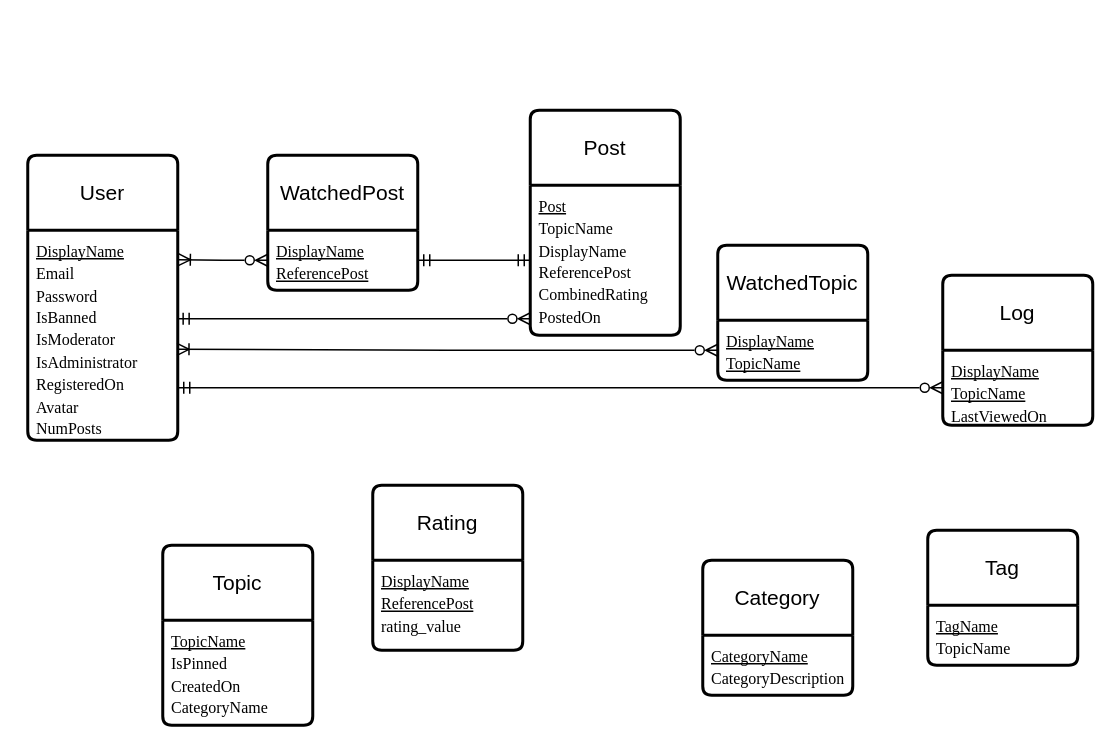
Before: CSC 370/A6ERD.drawio in amirabdullahi1/gold, a draw.io diagram. Source tidied: cells renumbered, new cells numbered last; positions are measured from the earlier drawing's top-left corner, leaving out a move shared by most shapes. Both pictures are drawn from the tidied source at 150%, with x=0, y=0 at pixel (27, 110).
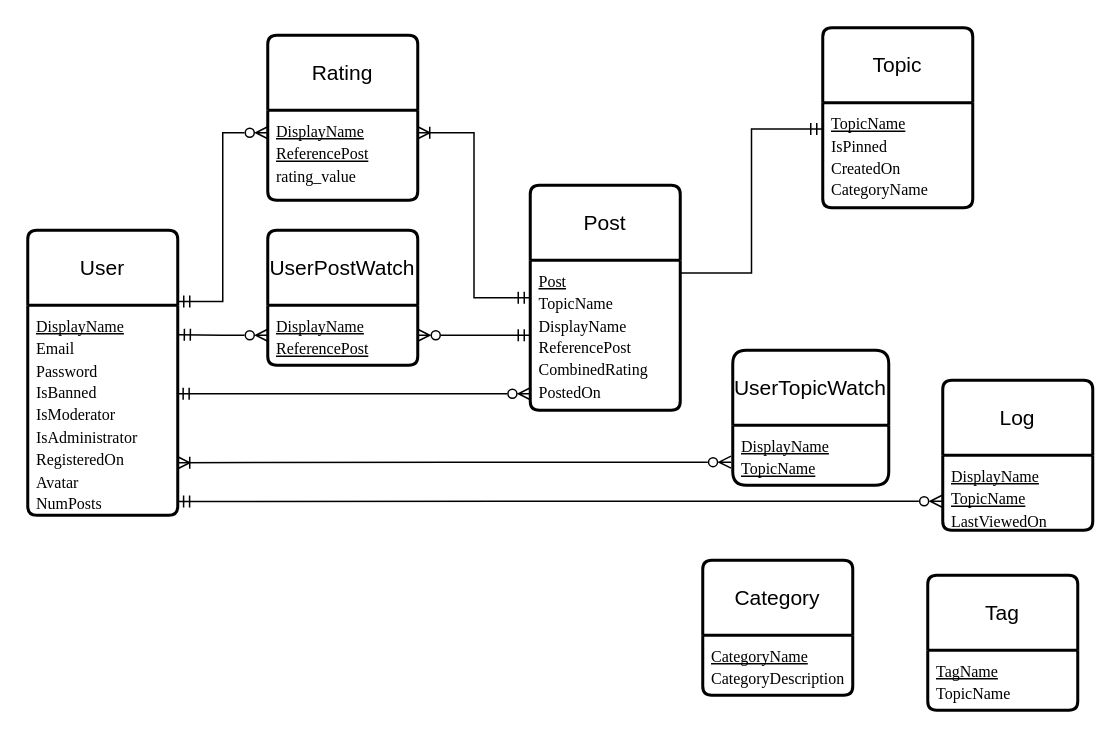
The same page after the edit.

Unchanged cells that the change refers to:
```xml
<mxCell id="3" value="&lt;span id=&quot;docs-internal-guid-10de90ec-7fff-5b04-633d-04b0c5c9cee9&quot;&gt;&lt;span style=&quot;font-size: 8pt; font-family: &amp;quot;Times New Roman&amp;quot;, serif; background-color: transparent; font-variant-numeric: normal; font-variant-east-asian: normal; font-variant-alternates: normal; font-variant-position: normal; text-decoration-line: underline; text-decoration-skip-ink: none; vertical-align: baseline; white-space: pre-wrap;&quot;&gt;DisplayName&lt;/span&gt;&lt;/span&gt;&lt;div&gt;&lt;span&gt;&lt;span style=&quot;font-size: 8pt; font-family: &amp;quot;Times New Roman&amp;quot;, serif; background-color: transparent; font-variant-numeric: normal; font-variant-east-asian: normal; font-variant-alternates: normal; font-variant-position: normal; vertical-align: baseline; white-space: pre-wrap;&quot;&gt;Email&lt;/span&gt;&lt;/span&gt;&lt;/div&gt;&lt;div&gt;&lt;span&gt;&lt;span style=&quot;font-size: 8pt; font-family: &amp;quot;Times New Roman&amp;quot;, serif; background-color: transparent; font-variant-numeric: normal; font-variant-east-asian: normal; font-variant-alternates: normal; font-variant-position: normal; vertical-align: baseline; white-space: pre-wrap;&quot;&gt;Password&lt;/span&gt;&lt;/span&gt;&lt;/div&gt;&lt;div&gt;&lt;span&gt;&lt;span style=&quot;font-size: 8pt; font-family: &amp;quot;Times New Roman&amp;quot;, serif; background-color: transparent; font-variant-numeric: normal; font-variant-east-asian: normal; font-variant-alternates: normal; font-variant-position: normal; vertical-align: baseline; white-space: pre-wrap;&quot;&gt;IsBanned&lt;/span&gt;&lt;/span&gt;&lt;/div&gt;&lt;div&gt;&lt;span&gt;&lt;span style=&quot;font-size: 8pt; font-family: &amp;quot;Times New Roman&amp;quot;, serif; background-color: transparent; font-variant-numeric: normal; font-variant-east-asian: normal; font-variant-alternates: normal; font-variant-position: normal; vertical-align: baseline; white-space: pre-wrap;&quot;&gt;IsModerator&lt;/span&gt;&lt;/span&gt;&lt;/div&gt;&lt;div&gt;&lt;span&gt;&lt;span style=&quot;font-size: 8pt; font-family: &amp;quot;Times New Roman&amp;quot;, serif; background-color: transparent; font-variant-numeric: normal; font-variant-east-asian: normal; font-variant-alternates: normal; font-variant-position: normal; vertical-align: baseline; white-space: pre-wrap;&quot;&gt;IsAdministrator&lt;/span&gt;&lt;/span&gt;&lt;/div&gt;&lt;div&gt;&lt;span&gt;&lt;span style=&quot;font-size: 8pt; font-family: &amp;quot;Times New Roman&amp;quot;, serif; background-color: transparent; font-variant-numeric: normal; font-variant-east-asian: normal; font-variant-alternates: normal; font-variant-position: normal; vertical-align: baseline; white-space: pre-wrap;&quot;&gt;RegisteredOn&lt;/span&gt;&lt;/span&gt;&lt;/div&gt;&lt;div&gt;&lt;span&gt;&lt;span style=&quot;font-size: 8pt; font-family: &amp;quot;Times New Roman&amp;quot;, serif; background-color: transparent; font-variant-numeric: normal; font-variant-east-asian: normal; font-variant-alternates: normal; font-variant-position: normal; vertical-align: baseline; white-space: pre-wrap;&quot;&gt;Avatar&lt;/span&gt;&lt;/span&gt;&lt;/div&gt;&lt;div&gt;&lt;span&gt;&lt;span style=&quot;font-size: 8pt; font-family: &amp;quot;Times New Roman&amp;quot;, serif; background-color: transparent; font-variant-numeric: normal; font-variant-east-asian: normal; font-variant-alternates: normal; font-variant-position: normal; vertical-align: baseline; white-space: pre-wrap;&quot;&gt;NumPosts&lt;/span&gt;&lt;/span&gt;&lt;/div&gt;" style="align=left;strokeColor=none;fillColor=none;spacingLeft=4;fontSize=12;verticalAlign=top;html=1;" parent="2" vertex="1">
  <mxGeometry y="50" width="100" height="140" as="geometry" />
</mxCell>
<mxCell id="5" value="&lt;span id=&quot;docs-internal-guid-335b155d-7fff-7523-f10d-542a459f4298&quot;&gt;&lt;span style=&quot;font-size: 8pt; font-family: &amp;quot;Times New Roman&amp;quot;, serif; background-color: transparent; font-variant-numeric: normal; font-variant-east-asian: normal; font-variant-alternates: normal; font-variant-position: normal; text-decoration-line: underline; text-decoration-skip-ink: none; vertical-align: baseline; white-space: pre-wrap;&quot;&gt;TopicName&lt;/span&gt;&lt;span style=&quot;font-size: 8pt; font-family: &amp;quot;Times New Roman&amp;quot;, serif; background-color: transparent; font-variant-numeric: normal; font-variant-east-asian: normal; font-variant-alternates: normal; font-variant-position: normal; vertical-align: baseline; white-space: pre-wrap;&quot;&gt; &lt;/span&gt;&lt;/span&gt;&lt;div&gt;&lt;span&gt;&lt;span style=&quot;font-size: 8pt; font-family: &amp;quot;Times New Roman&amp;quot;, serif; background-color: transparent; font-variant-numeric: normal; font-variant-east-asian: normal; font-variant-alternates: normal; font-variant-position: normal; vertical-align: baseline; white-space: pre-wrap;&quot;&gt;IsPinned&lt;/span&gt;&lt;/span&gt;&lt;/div&gt;&lt;div&gt;&lt;span&gt;&lt;span style=&quot;font-size: 8pt; font-family: &amp;quot;Times New Roman&amp;quot;, serif; background-color: transparent; font-variant-numeric: normal; font-variant-east-asian: normal; font-variant-alternates: normal; font-variant-position: normal; vertical-align: baseline; white-space: pre-wrap;&quot;&gt;CreatedOn&lt;/span&gt;&lt;/span&gt;&lt;/div&gt;&lt;div&gt;&lt;span&gt;&lt;span style=&quot;font-size: 8pt; font-family: &amp;quot;Times New Roman&amp;quot;, serif; background-color: transparent; font-variant-numeric: normal; font-variant-east-asian: normal; font-variant-alternates: normal; font-variant-position: normal; vertical-align: baseline; white-space: pre-wrap;&quot;&gt;CategoryName&lt;/span&gt;&lt;/span&gt;&lt;/div&gt;" style="align=left;strokeColor=none;fillColor=none;spacingLeft=4;fontSize=12;verticalAlign=top;html=1;" parent="4" vertex="1">
  <mxGeometry y="50" width="100" height="70" as="geometry" />
</mxCell>
<mxCell id="9" value="&lt;span id=&quot;docs-internal-guid-04a7103e-7fff-6b36-e854-a5276be4d943&quot;&gt;&lt;span style=&quot;font-size: 8pt; font-family: &amp;quot;Times New Roman&amp;quot;, serif; background-color: transparent; font-variant-numeric: normal; font-variant-east-asian: normal; font-variant-alternates: normal; font-variant-position: normal; text-decoration-line: underline; text-decoration-skip-ink: none; vertical-align: baseline; white-space: pre-wrap;&quot;&gt;Post&lt;/span&gt;&lt;/span&gt;&lt;div&gt;&lt;span&gt;&lt;span style=&quot;font-size: 8pt; font-family: &amp;quot;Times New Roman&amp;quot;, serif; background-color: transparent; font-variant-numeric: normal; font-variant-east-asian: normal; font-variant-alternates: normal; font-variant-position: normal; vertical-align: baseline; white-space: pre-wrap;&quot;&gt;TopicName&lt;/span&gt;&lt;/span&gt;&lt;/div&gt;&lt;div&gt;&lt;span&gt;&lt;span style=&quot;font-size: 8pt; font-family: &amp;quot;Times New Roman&amp;quot;, serif; background-color: transparent; font-variant-numeric: normal; font-variant-east-asian: normal; font-variant-alternates: normal; font-variant-position: normal; vertical-align: baseline; white-space: pre-wrap;&quot;&gt;DisplayName&lt;/span&gt;&lt;/span&gt;&lt;/div&gt;&lt;div&gt;&lt;span&gt;&lt;span style=&quot;font-size: 8pt; font-family: &amp;quot;Times New Roman&amp;quot;, serif; background-color: transparent; font-variant-numeric: normal; font-variant-east-asian: normal; font-variant-alternates: normal; font-variant-position: normal; vertical-align: baseline; white-space: pre-wrap;&quot;&gt;ReferencePost&lt;/span&gt;&lt;/span&gt;&lt;/div&gt;&lt;div&gt;&lt;span&gt;&lt;span style=&quot;font-size: 8pt; font-family: &amp;quot;Times New Roman&amp;quot;, serif; background-color: transparent; font-variant-numeric: normal; font-variant-east-asian: normal; font-variant-alternates: normal; font-variant-position: normal; vertical-align: baseline; white-space: pre-wrap;&quot;&gt;CombinedRating&lt;/span&gt;&lt;/span&gt;&lt;/div&gt;&lt;div&gt;&lt;span&gt;&lt;span style=&quot;font-size: 8pt; font-family: &amp;quot;Times New Roman&amp;quot;, serif; background-color: transparent; font-variant-numeric: normal; font-variant-east-asian: normal; font-variant-alternates: normal; font-variant-position: normal; vertical-align: baseline; white-space: pre-wrap;&quot;&gt;PostedOn&lt;/span&gt;&lt;/span&gt;&lt;/div&gt;" style="align=left;strokeColor=none;fillColor=none;spacingLeft=4;fontSize=12;verticalAlign=top;html=1;" parent="8" vertex="1">
  <mxGeometry y="50" width="100" height="100" as="geometry" />
</mxCell>
<mxCell id="13" value="&lt;span id=&quot;docs-internal-guid-7e6a2e6d-7fff-f1e0-f9a3-e141fd04a210&quot;&gt;&lt;span style=&quot;font-size: 8pt; font-family: &amp;quot;Times New Roman&amp;quot;, serif; background-color: transparent; font-variant-numeric: normal; font-variant-east-asian: normal; font-variant-alternates: normal; font-variant-position: normal; text-decoration-line: underline; text-decoration-skip-ink: none; vertical-align: baseline; white-space: pre-wrap;&quot;&gt;DisplayName&lt;/span&gt;&lt;/span&gt;&lt;div&gt;&lt;span&gt;&lt;span style=&quot;font-size: 8pt; font-family: &amp;quot;Times New Roman&amp;quot;, serif; background-color: transparent; font-variant-numeric: normal; font-variant-east-asian: normal; font-variant-alternates: normal; font-variant-position: normal; text-decoration-line: underline; text-decoration-skip-ink: none; vertical-align: baseline; white-space: pre-wrap;&quot;&gt;ReferencePost&lt;/span&gt;&lt;/span&gt;&lt;/div&gt;&lt;div&gt;&lt;span&gt;&lt;span style=&quot;font-size: 8pt; font-family: &amp;quot;Times New Roman&amp;quot;, serif; background-color: transparent; font-variant-numeric: normal; font-variant-east-asian: normal; font-variant-alternates: normal; font-variant-position: normal; vertical-align: baseline; white-space: pre-wrap;&quot;&gt;rating_value&lt;/span&gt;&lt;/span&gt;&lt;/div&gt;" style="align=left;strokeColor=none;fillColor=none;spacingLeft=4;fontSize=12;verticalAlign=top;html=1;" parent="12" vertex="1">
  <mxGeometry y="50" width="100" height="60" as="geometry" />
</mxCell>
<mxCell id="15" value="&lt;span id=&quot;docs-internal-guid-7e6a2e6d-7fff-f1e0-f9a3-e141fd04a210&quot;&gt;&lt;span style=&quot;font-size: 8pt; font-family: &amp;quot;Times New Roman&amp;quot;, serif; background-color: transparent; font-variant-numeric: normal; font-variant-east-asian: normal; font-variant-alternates: normal; font-variant-position: normal; text-decoration-line: underline; text-decoration-skip-ink: none; vertical-align: baseline; white-space: pre-wrap;&quot;&gt;DisplayName&lt;/span&gt;&lt;/span&gt;&lt;div&gt;&lt;span&gt;&lt;span style=&quot;font-size: 8pt; font-family: &amp;quot;Times New Roman&amp;quot;, serif; background-color: transparent; font-variant-numeric: normal; font-variant-east-asian: normal; font-variant-alternates: normal; font-variant-position: normal; text-decoration-line: underline; text-decoration-skip-ink: none; vertical-align: baseline; white-space: pre-wrap;&quot;&gt;ReferencePost&lt;/span&gt;&lt;/span&gt;&lt;/div&gt;" style="align=left;strokeColor=none;fillColor=none;spacingLeft=4;fontSize=12;verticalAlign=top;html=1;" parent="14" vertex="1">
  <mxGeometry y="50" width="100" height="40" as="geometry" />
</mxCell>
<mxCell id="19" value="&lt;span id=&quot;docs-internal-guid-7e6a2e6d-7fff-f1e0-f9a3-e141fd04a210&quot;&gt;&lt;span style=&quot;font-size: 8pt; font-family: &amp;quot;Times New Roman&amp;quot;, serif; background-color: transparent; font-variant-numeric: normal; font-variant-east-asian: normal; font-variant-alternates: normal; font-variant-position: normal; text-decoration-line: underline; text-decoration-skip-ink: none; vertical-align: baseline; white-space: pre-wrap;&quot;&gt;DisplayName&lt;/span&gt;&lt;/span&gt;&lt;div&gt;&lt;span&gt;&lt;span style=&quot;font-size: 8pt; font-family: &amp;quot;Times New Roman&amp;quot;, serif; background-color: transparent; font-variant-numeric: normal; font-variant-east-asian: normal; font-variant-alternates: normal; font-variant-position: normal; text-decoration-line: underline; text-decoration-skip-ink: none; vertical-align: baseline; white-space: pre-wrap;&quot;&gt;TopicName&lt;/span&gt;&lt;/span&gt;&lt;/div&gt;&lt;div&gt;&lt;span id=&quot;docs-internal-guid-515d5652-7fff-1f03-a5a3-082d1abbf988&quot;&gt;&lt;span style=&quot;font-size: 8pt; font-family: &amp;quot;Times New Roman&amp;quot;, serif; background-color: transparent; font-variant-numeric: normal; font-variant-east-asian: normal; font-variant-alternates: normal; font-variant-position: normal; vertical-align: baseline; white-space: pre-wrap;&quot;&gt;LastViewedOn&lt;/span&gt;&lt;/span&gt;&lt;span&gt;&lt;span style=&quot;font-size: 8pt; font-family: &amp;quot;Times New Roman&amp;quot;, serif; background-color: transparent; font-variant-numeric: normal; font-variant-east-asian: normal; font-variant-alternates: normal; font-variant-position: normal; text-decoration-line: underline; text-decoration-skip-ink: none; vertical-align: baseline; white-space: pre-wrap;&quot;&gt;&lt;/span&gt;&lt;/span&gt;&lt;/div&gt;" style="align=left;strokeColor=none;fillColor=none;spacingLeft=4;fontSize=12;verticalAlign=top;html=1;" parent="18" vertex="1">
  <mxGeometry y="50" width="100" height="50" as="geometry" />
</mxCell>
```

Change to the diagram source:
```diff
@@
     <mxCell id="2" value="User" style="swimlane;horizontal=1;startSize=50;rounded=1;fontSize=14;fontStyle=0;strokeWidth=2;shadow=0;dashed=0;align=center;arcSize=4;whiteSpace=wrap;html=1;" parent="1" vertex="1">
-      <mxGeometry y="30" width="100" height="190" as="geometry" />
+      <mxGeometry y="80" width="100" height="190" as="geometry" />
     </mxCell>
@@
     <mxCell id="4" value="Topic" style="swimlane;horizontal=1;startSize=50;rounded=1;fontSize=14;fontStyle=0;strokeWidth=2;shadow=0;dashed=0;align=center;arcSize=4;whiteSpace=wrap;html=1;" parent="1" vertex="1">
-      <mxGeometry x="90" y="290" width="100" height="120" as="geometry" />
+      <mxGeometry x="530" y="-55" width="100" height="120" as="geometry" />
     </mxCell>
@@
     <mxCell id="8" value="Post" style="swimlane;horizontal=1;startSize=50;rounded=1;fontSize=14;fontStyle=0;strokeWidth=2;shadow=0;dashed=0;align=center;arcSize=4;whiteSpace=wrap;html=1;" parent="1" vertex="1">
-      <mxGeometry x="335" width="100" height="150" as="geometry" />
+      <mxGeometry x="335" y="50" width="100" height="150" as="geometry" />
     </mxCell>
@@
     <mxCell id="10" value="Tag" style="swimlane;horizontal=1;startSize=50;rounded=1;fontSize=14;fontStyle=0;strokeWidth=2;shadow=0;dashed=0;align=center;arcSize=4;whiteSpace=wrap;html=1;" parent="1" vertex="1">
-      <mxGeometry x="600" y="280" width="100" height="90" as="geometry" />
+      <mxGeometry x="600" y="310" width="100" height="90" as="geometry" />
     </mxCell>
@@
+    <mxCell id="25" style="edgeStyle=orthogonalEdgeStyle;rounded=0;jettySize=auto;html=1;entryX=1;entryY=0.25;entryDx=0;entryDy=0;startArrow=ERzeroToMany;startFill=0;endArrow=ERmandOne;endFill=0;exitX=0;exitY=0.25;exitDx=0;exitDy=0;" parent="1" edge="1" source="13" target="2">
+      <mxGeometry relative="1" as="geometry" />
+    </mxCell>
     <mxCell id="12" value="Rating" style="swimlane;horizontal=1;startSize=50;rounded=1;fontSize=14;fontStyle=0;strokeWidth=2;shadow=0;dashed=0;align=center;arcSize=4;whiteSpace=wrap;html=1;" parent="1" vertex="1">
-      <mxGeometry x="230" y="250" width="100" height="110" as="geometry" />
+      <mxGeometry x="160" y="-50" width="100" height="110" as="geometry" />
     </mxCell>
@@
-    <mxCell id="14" value="WatchedPost" style="swimlane;horizontal=1;startSize=50;rounded=1;fontSize=14;fontStyle=0;strokeWidth=2;shadow=0;dashed=0;align=center;arcSize=4;whiteSpace=wrap;html=1;" parent="1" vertex="1">
-      <mxGeometry x="160" y="30" width="100" height="90" as="geometry" />
+    <mxCell id="14" value="UserPostWatch" style="swimlane;horizontal=1;startSize=50;rounded=1;fontSize=14;fontStyle=0;strokeWidth=2;shadow=0;dashed=0;align=center;arcSize=4;whiteSpace=wrap;html=1;" parent="1" vertex="1">
+      <mxGeometry x="160" y="80" width="100" height="90" as="geometry" />
     </mxCell>
@@
-    <mxCell id="16" value="WatchedTopic" style="swimlane;horizontal=1;startSize=50;rounded=1;fontSize=14;fontStyle=0;strokeWidth=2;shadow=0;dashed=0;align=center;arcSize=4;whiteSpace=wrap;html=1;" parent="1" vertex="1">
-      <mxGeometry x="460" y="90" width="100" height="90" as="geometry" />
+    <mxCell id="16" value="UserTopicWatch" style="swimlane;horizontal=1;startSize=50;rounded=1;fontSize=14;fontStyle=0;strokeWidth=2;shadow=0;dashed=0;align=center;arcSize=6;whiteSpace=wrap;html=1;" parent="1" vertex="1">
+      <mxGeometry x="470" y="160" width="104" height="90" as="geometry" />
     </mxCell>
     <mxCell id="17" value="&lt;span id=&quot;docs-internal-guid-7e6a2e6d-7fff-f1e0-f9a3-e141fd04a210&quot;&gt;&lt;span style=&quot;font-size: 8pt; font-family: &amp;quot;Times New Roman&amp;quot;, serif; background-color: transparent; font-variant-numeric: normal; font-variant-east-asian: normal; font-variant-alternates: normal; font-variant-position: normal; text-decoration-line: underline; text-decoration-skip-ink: none; vertical-align: baseline; white-space: pre-wrap;&quot;&gt;DisplayName&lt;/span&gt;&lt;/span&gt;&lt;div&gt;&lt;span&gt;&lt;span style=&quot;font-size: 8pt; font-family: &amp;quot;Times New Roman&amp;quot;, serif; background-color: transparent; font-variant-numeric: normal; font-variant-east-asian: normal; font-variant-alternates: normal; font-variant-position: normal; text-decoration-line: underline; text-decoration-skip-ink: none; vertical-align: baseline; white-space: pre-wrap;&quot;&gt;TopicName&lt;/span&gt;&lt;/span&gt;&lt;/div&gt;" style="align=left;strokeColor=none;fillColor=none;spacingLeft=4;fontSize=12;verticalAlign=top;html=1;" parent="16" vertex="1">
-      <mxGeometry y="50" width="100" height="40" as="geometry" />
+      <mxGeometry y="50" width="104" height="40" as="geometry" />
     </mxCell>
     <mxCell id="18" value="Log" style="swimlane;horizontal=1;startSize=50;rounded=1;fontSize=14;fontStyle=0;strokeWidth=2;shadow=0;dashed=0;align=center;arcSize=4;whiteSpace=wrap;html=1;" parent="1" vertex="1">
-      <mxGeometry x="610" y="110" width="100" height="100" as="geometry" />
+      <mxGeometry x="610" y="180" width="100" height="100" as="geometry" />
     </mxCell>
@@
-    <mxCell id="21" style="edgeStyle=orthogonalEdgeStyle;rounded=0;jettySize=auto;html=1;entryX=1.004;entryY=0.14;entryDx=0;entryDy=0;entryPerimeter=0;endArrow=ERoneToMany;endFill=0;startArrow=ERzeroToMany;startFill=0;" parent="1" edge="1" source="15" target="3">
+    <mxCell id="21" style="edgeStyle=orthogonalEdgeStyle;rounded=0;jettySize=auto;html=1;entryX=1.004;entryY=0.14;entryDx=0;entryDy=0;entryPerimeter=0;endArrow=ERmandOne;endFill=0;startArrow=ERzeroToMany;startFill=0;" parent="1" edge="1" source="15" target="3">
       <mxGeometry relative="1" as="geometry" />
     </mxCell>
-    <mxCell id="22" style="edgeStyle=orthogonalEdgeStyle;rounded=0;jettySize=auto;html=1;entryX=0.995;entryY=0.567;entryDx=0;entryDy=0;endArrow=ERoneToMany;endFill=0;startArrow=ERzeroToMany;startFill=0;entryPerimeter=0;" parent="1" edge="1" source="17" target="3">
+    <mxCell id="22" style="edgeStyle=orthogonalEdgeStyle;rounded=0;jettySize=auto;html=1;entryX=1;entryY=0.75;entryDx=0;entryDy=0;endArrow=ERoneToMany;endFill=0;startArrow=ERzeroToMany;startFill=0;exitX=-0.011;exitY=0.615;exitDx=0;exitDy=0;exitPerimeter=0;" parent="1" edge="1" source="17" target="3">
       <mxGeometry relative="1" as="geometry" />
     </mxCell>
-    <mxCell id="23" style="edgeStyle=orthogonalEdgeStyle;rounded=0;jettySize=auto;html=1;entryX=1;entryY=0.75;entryDx=0;entryDy=0;endArrow=ERmandOne;endFill=0;startArrow=ERzeroToMany;startFill=0;" parent="1" edge="1" source="19" target="3">
+    <mxCell id="23" style="edgeStyle=orthogonalEdgeStyle;rounded=0;jettySize=auto;html=1;entryX=0.999;entryY=0.935;entryDx=0;entryDy=0;endArrow=ERmandOne;endFill=0;startArrow=ERzeroToMany;startFill=0;entryPerimeter=0;exitX=-0.004;exitY=0.613;exitDx=0;exitDy=0;exitPerimeter=0;" parent="1" edge="1" source="19" target="3">
       <mxGeometry relative="1" as="geometry" />
     </mxCell>
-    <mxCell id="24" style="edgeStyle=orthogonalEdgeStyle;rounded=0;jettySize=auto;html=1;endArrow=ERmandOne;endFill=0;startArrow=ERmandOne;startFill=0;" parent="1" edge="1" source="15" target="9">
+    <mxCell id="24" style="edgeStyle=orthogonalEdgeStyle;rounded=0;jettySize=auto;html=1;endArrow=ERmandOne;endFill=0;startArrow=ERzeroToMany;startFill=0;" parent="1" edge="1" source="15" target="9">
       <mxGeometry relative="1" as="geometry" />
     </mxCell>
+    <mxCell id="26" style="edgeStyle=orthogonalEdgeStyle;rounded=0;jettySize=auto;html=1;entryX=0;entryY=0.25;entryDx=0;entryDy=0;exitX=1;exitY=0.25;exitDx=0;exitDy=0;endArrow=ERmandOne;endFill=0;startArrow=ERoneToMany;startFill=0;" parent="1" edge="1" source="13" target="9">
+      <mxGeometry relative="1" as="geometry" />
+    </mxCell>
+    <mxCell id="27" style="edgeStyle=orthogonalEdgeStyle;rounded=0;jettySize=auto;html=1;entryX=0;entryY=0.25;entryDx=0;entryDy=0;exitX=0.998;exitY=0.085;exitDx=0;exitDy=0;exitPerimeter=0;endArrow=ERmandOne;endFill=0;" parent="1" edge="1" source="9" target="5">
+      <mxGeometry relative="1" as="geometry" />
+    </mxCell>
```
